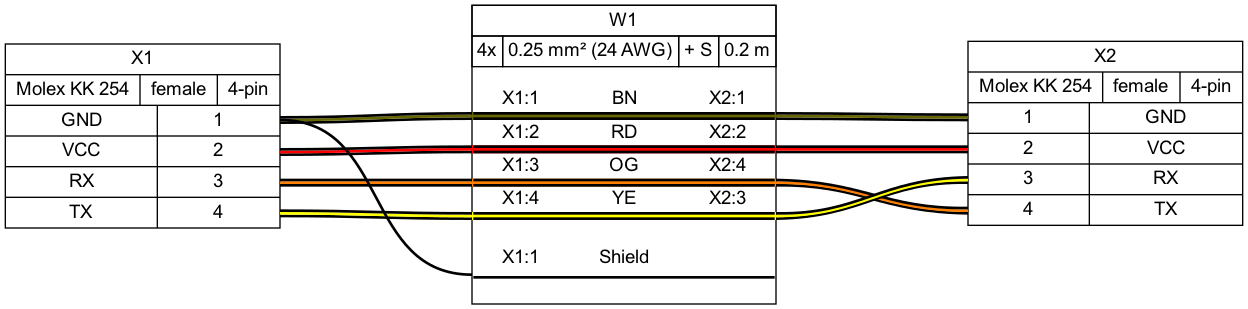
wireviz/WireViz keeps this Graphviz diagram as examples/ex01.png. Above is the earlier version. Its source is kept beside it as examples/ex01.gv. The source it was exported from:
```dot
graph {
	graph [bgcolor=white fontname=arial nodesep=0.33 rankdir=LR ranksep=2]
	node [fillcolor=white fontname=arial shape=record style=filled]
	edge [fontname=arial style=bold]
	X1 [label="X1|{Molex KK 254|female|4-pin}|{{GND|VCC|RX|TX}|{<p1r>1|<p2r>2|<p3r>3|<p4r>4}}"]
	X2 [label="X2|{Molex KK 254|female|4-pin}|{{<p1l>1|<p2l>2|<p3l>3|<p4l>4}|{GND|VCC|RX|TX}}"]
	edge [color="#000000:#666600:#000000"]
	X1:p1r:e -- W1:w1:w
	W1:w1:e -- X2:p1l:w
	edge [color="#000000:#ff0000:#000000"]
	X1:p2r:e -- W1:w2:w
	W1:w2:e -- X2:p2l:w
	edge [color="#000000:#ff8000:#000000"]
	X1:p3r:e -- W1:w3:w
	W1:w3:e -- X2:p4l:w
	edge [color="#000000:#ffff00:#000000"]
	X1:p4r:e -- W1:w4:w
	W1:w4:e -- X2:p3l:w
	edge [color="#000000"]
	X1:p1r:e -- W1:ws:w
	W1 [label=<<table border="0" cellspacing="0" cellpadding="0"><tr><td><table border="0" cellspacing="0" cellpadding="3" cellborder="1"><tr><td colspan="4">W1</td></tr><tr><td>4x</td><td>0.25 mm² (24 AWG)</td><td>+ S</td><td>0.2 m</td></tr></table></td></tr><tr><td>&nbsp;</td></tr><tr><td><table border="0" cellspacing="0" cellborder="0"><tr><td>X1:1</td><td>BN</td><td>X2:1</td></tr><tr><td colspan="3" cellpadding="0" height="6" bgcolor="#666600" border="2" sides="tb" port="w1"></td></tr><tr><td>X1:2</td><td>RD</td><td>X2:2</td></tr><tr><td colspan="3" cellpadding="0" height="6" bgcolor="#ff0000" border="2" sides="tb" port="w2"></td></tr><tr><td>X1:3</td><td>OG</td><td>X2:4</td></tr><tr><td colspan="3" cellpadding="0" height="6" bgcolor="#ff8000" border="2" sides="tb" port="w3"></td></tr><tr><td>X1:4</td><td>YE</td><td>X2:3</td></tr><tr><td colspan="3" cellpadding="0" height="6" bgcolor="#ffff00" border="2" sides="tb" port="w4"></td></tr><tr><td>&nbsp;</td></tr><tr><td>X1:1</td><td>Shield</td><td><!-- s_out --></td></tr><tr><td colspan="3" cellpadding="0" height="6" border="2" sides="b" port="ws"></td></tr><tr><td>&nbsp;</td></tr></table></td></tr></table>> fillcolor=white margin=0 shape=box style=""]
}
```
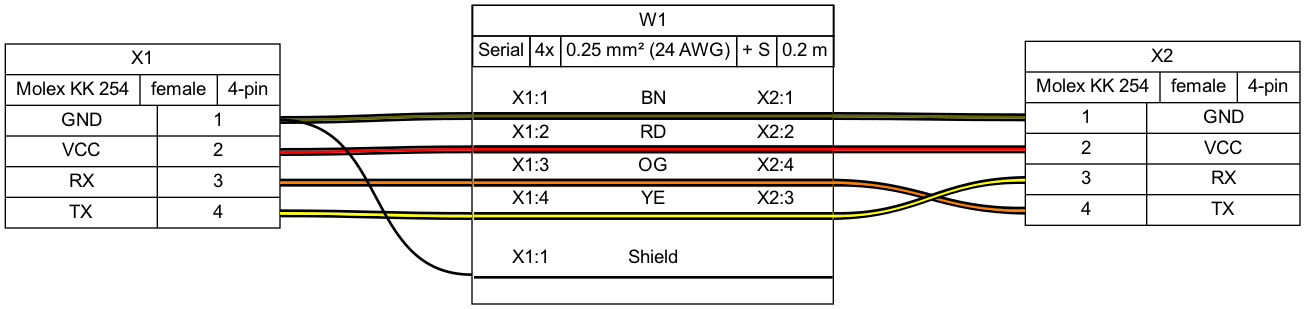
After the change.

The edit, as a diff of the source:
```diff
@@ -18,5 +18,5 @@
 	W1:w4:e -- X2:p3l:w
 	edge [color="#000000"]
 	X1:p1r:e -- W1:ws:w
-	W1 [label=<<table border="0" cellspacing="0" cellpadding="0"><tr><td><table border="0" cellspacing="0" cellpadding="3" cellborder="1"><tr><td colspan="4">W1</td></tr><tr><td>4x</td><td>0.25 mm² (24 AWG)</td><td>+ S</td><td>0.2 m</td></tr></table></td></tr><tr><td>&nbsp;</td></tr><tr><td><table border="0" cellspacing="0" cellborder="0"><tr><td>X1:1</td><td>BN</td><td>X2:1</td></tr><tr><td colspan="3" cellpadding="0" height="6" bgcolor="#666600" border="2" sides="tb" port="w1"></td></tr><tr><td>X1:2</td><td>RD</td><td>X2:2</td></tr><tr><td colspan="3" cellpadding="0" height="6" bgcolor="#ff0000" border="2" sides="tb" port="w2"></td></tr><tr><td>X1:3</td><td>OG</td><td>X2:4</td></tr><tr><td colspan="3" cellpadding="0" height="6" bgcolor="#ff8000" border="2" sides="tb" port="w3"></td></tr><tr><td>X1:4</td><td>YE</td><td>X2:3</td></tr><tr><td colspan="3" cellpadding="0" height="6" bgcolor="#ffff00" border="2" sides="tb" port="w4"></td></tr><tr><td>&nbsp;</td></tr><tr><td>X1:1</td><td>Shield</td><td><!-- s_out --></td></tr><tr><td colspan="3" cellpadding="0" height="6" border="2" sides="b" port="ws"></td></tr><tr><td>&nbsp;</td></tr></table></td></tr></table>> fillcolor=white margin=0 shape=box style=""]
+	W1 [label=<<table border="0" cellspacing="0" cellpadding="0"><tr><td><table border="0" cellspacing="0" cellpadding="3" cellborder="1"><tr><td colspan="5">W1</td></tr><tr><td>Serial</td><td>4x</td><td>0.25 mm² (24 AWG)</td><td>+ S</td><td>0.2 m</td></tr></table></td></tr><tr><td>&nbsp;</td></tr><tr><td><table border="0" cellspacing="0" cellborder="0"><tr><td>X1:1</td><td>BN</td><td>X2:1</td></tr><tr><td colspan="3" cellpadding="0" height="6" bgcolor="#666600" border="2" sides="tb" port="w1"></td></tr><tr><td>X1:2</td><td>RD</td><td>X2:2</td></tr><tr><td colspan="3" cellpadding="0" height="6" bgcolor="#ff0000" border="2" sides="tb" port="w2"></td></tr><tr><td>X1:3</td><td>OG</td><td>X2:4</td></tr><tr><td colspan="3" cellpadding="0" height="6" bgcolor="#ff8000" border="2" sides="tb" port="w3"></td></tr><tr><td>X1:4</td><td>YE</td><td>X2:3</td></tr><tr><td colspan="3" cellpadding="0" height="6" bgcolor="#ffff00" border="2" sides="tb" port="w4"></td></tr><tr><td>&nbsp;</td></tr><tr><td>X1:1</td><td>Shield</td><td><!-- s_out --></td></tr><tr><td colspan="3" cellpadding="0" height="6" border="2" sides="b" port="ws"></td></tr><tr><td>&nbsp;</td></tr></table></td></tr></table>> fillcolor=white margin=0 shape=box style=""]
 }
```
